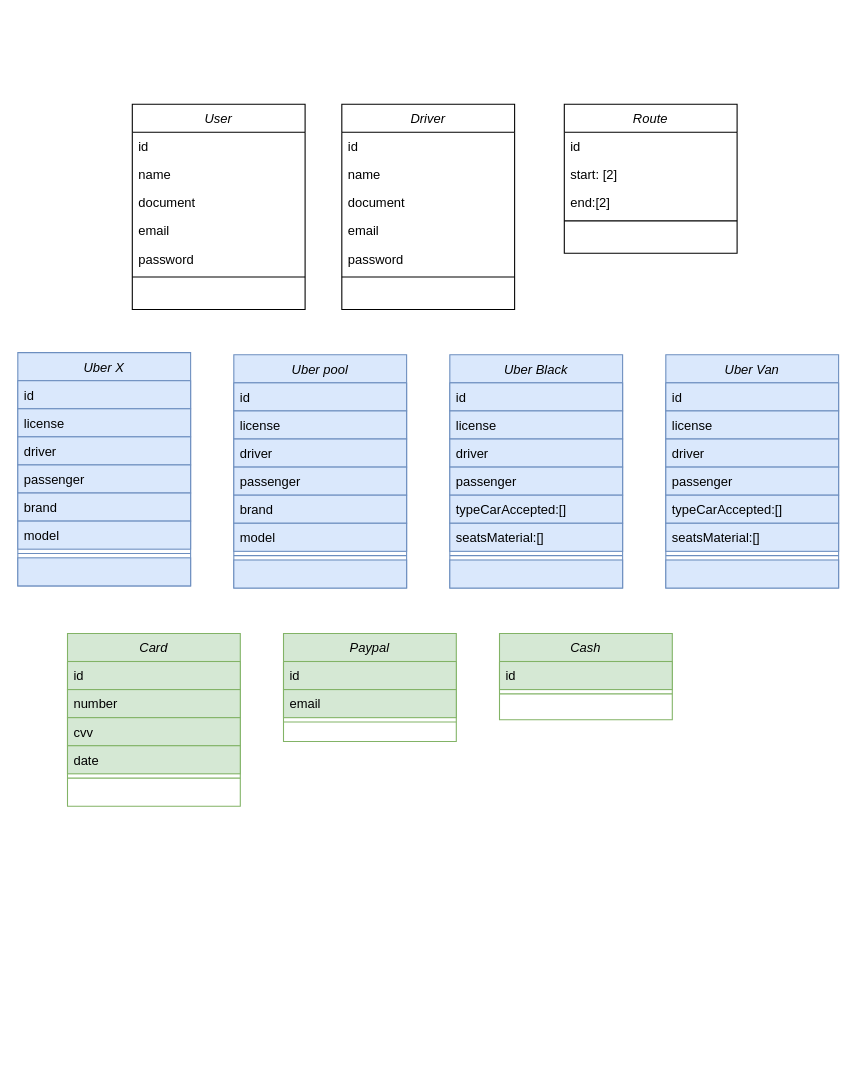
Before: Untitled Diagram.drawio in edufdev/POO, a draw.io diagram. Source tidied: cells renumbered, new cells numbered last; positions are measured from the earlier drawing's top-left corner, leaving out a move shared by most shapes. Both pictures are drawn from the tidied source at 108%, with x=0, y=0 at pixel (17, 104).
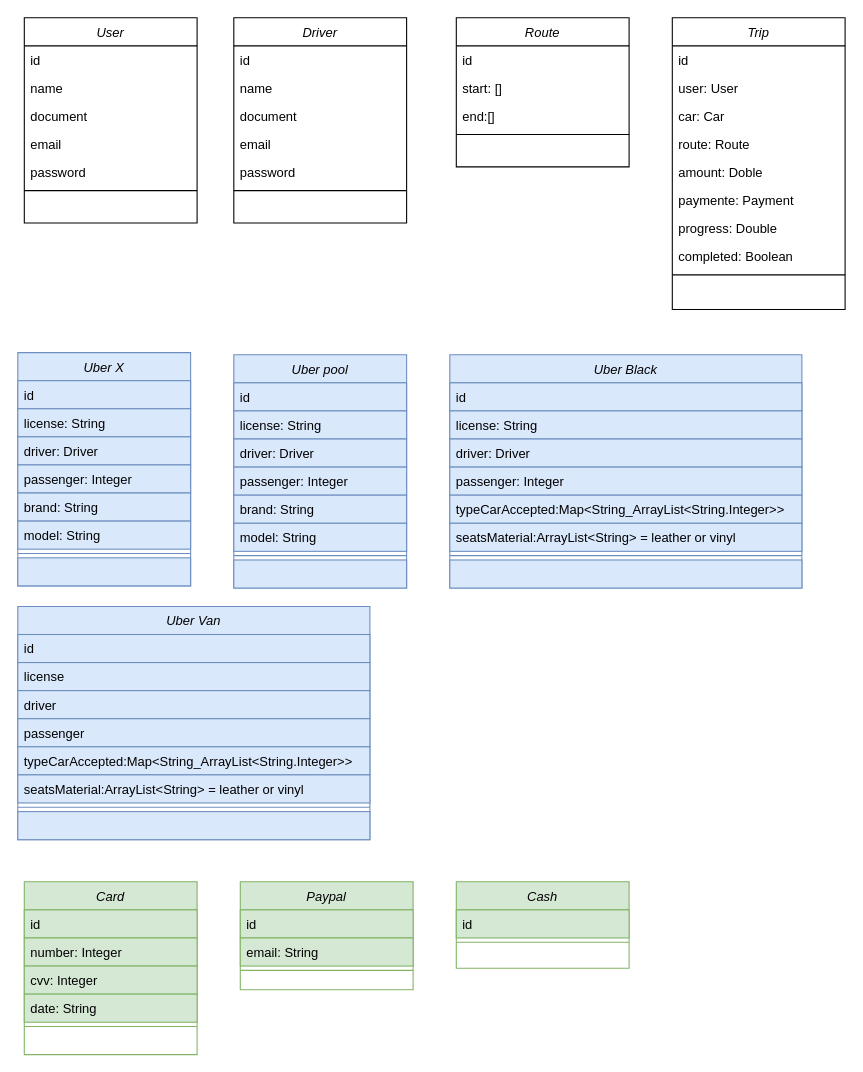
The same page after the edit.

Unchanged cells that the change refers to:
```xml
<mxCell id="30" value="Uber X" style="swimlane;fontStyle=2;align=center;verticalAlign=top;horizontal=1;startSize=26;rounded=0;shadow=0;strokeWidth=1;fillColor=#dae8fc;strokeColor=#6c8ebf;" parent="1" vertex="1">
  <mxGeometry y="230" width="160" height="216" as="geometry" />
</mxCell>
<mxCell id="39" value="Uber pool" style="swimlane;fontStyle=2;align=center;verticalAlign=top;horizontal=1;startSize=26;rounded=0;shadow=0;strokeWidth=1;fillColor=#dae8fc;strokeColor=#6c8ebf;" parent="1" vertex="1">
  <mxGeometry x="200" y="232" width="160" height="216" as="geometry" />
</mxCell>
```

What changed in the source:
```diff
@@
     <mxCell id="2" value="User" style="swimlane;fontStyle=2;align=center;verticalAlign=top;horizontal=1;startSize=26;rounded=0;shadow=0;strokeWidth=1;" parent="1" vertex="1">
-      <mxGeometry x="106" width="160" height="190" as="geometry" />
+      <mxGeometry x="6" y="-80" width="160" height="190" as="geometry" />
     </mxCell>
@@
     <mxCell id="9" value="Driver" style="swimlane;fontStyle=2;align=center;verticalAlign=top;horizontal=1;startSize=26;rounded=0;shadow=0;strokeWidth=1;" parent="1" vertex="1">
-      <mxGeometry x="300" width="160" height="190" as="geometry" />
+      <mxGeometry x="200" y="-80" width="160" height="190" as="geometry" />
     </mxCell>
@@
     <mxCell id="16" value="Route" style="swimlane;fontStyle=2;align=center;verticalAlign=top;horizontal=1;startSize=26;rounded=0;shadow=0;strokeWidth=1;" parent="1" vertex="1">
-      <mxGeometry x="506" width="160" height="138" as="geometry" />
+      <mxGeometry x="406" y="-80" width="160" height="138" as="geometry" />
     </mxCell>
@@
-    <mxCell id="18" value="start: [2]" style="text;align=left;verticalAlign=top;spacingLeft=4;spacingRight=4;overflow=hidden;rounded=0;shadow=0;html=0;" parent="16" vertex="1">
+    <mxCell id="18" value="start: []" style="text;align=left;verticalAlign=top;spacingLeft=4;spacingRight=4;overflow=hidden;rounded=0;shadow=0;html=0;" parent="16" vertex="1">
       <mxGeometry y="52" width="160" height="26" as="geometry" />
     </mxCell>
-    <mxCell id="19" value="end:[2]" style="text;align=left;verticalAlign=top;spacingLeft=4;spacingRight=4;overflow=hidden;rounded=0;shadow=0;html=0;" parent="16" vertex="1">
+    <mxCell id="19" value="end:[]" style="text;align=left;verticalAlign=top;spacingLeft=4;spacingRight=4;overflow=hidden;rounded=0;shadow=0;html=0;" parent="16" vertex="1">
       <mxGeometry y="78" width="160" height="26" as="geometry" />
     </mxCell>
@@
     <mxCell id="21" value="Uber Black" style="swimlane;fontStyle=2;align=center;verticalAlign=top;horizontal=1;startSize=26;rounded=0;shadow=0;strokeWidth=1;fillColor=#dae8fc;strokeColor=#6c8ebf;" parent="1" vertex="1">
-      <mxGeometry x="400" y="232" width="160" height="216" as="geometry" />
+      <mxGeometry x="400" y="232" width="326" height="216" as="geometry" />
     </mxCell>
     <mxCell id="22" value="id" style="text;align=left;verticalAlign=top;spacingLeft=4;spacingRight=4;overflow=hidden;fillColor=#dae8fc;strokeColor=#6c8ebf;" parent="21" vertex="1">
-      <mxGeometry y="26" width="160" height="26" as="geometry" />
+      <mxGeometry y="26" width="326" height="26" as="geometry" />
     </mxCell>
-    <mxCell id="23" value="license" style="text;align=left;verticalAlign=top;spacingLeft=4;spacingRight=4;overflow=hidden;rounded=0;shadow=0;html=0;fillColor=#dae8fc;strokeColor=#6c8ebf;" parent="21" vertex="1">
-      <mxGeometry y="52" width="160" height="26" as="geometry" />
+    <mxCell id="23" value="license: String" style="text;align=left;verticalAlign=top;spacingLeft=4;spacingRight=4;overflow=hidden;rounded=0;shadow=0;html=0;fillColor=#dae8fc;strokeColor=#6c8ebf;" parent="21" vertex="1">
+      <mxGeometry y="52" width="326" height="26" as="geometry" />
     </mxCell>
-    <mxCell id="24" value="driver" style="text;align=left;verticalAlign=top;spacingLeft=4;spacingRight=4;overflow=hidden;rounded=0;shadow=0;html=0;fillColor=#dae8fc;strokeColor=#6c8ebf;" parent="21" vertex="1">
-      <mxGeometry y="78" width="160" height="26" as="geometry" />
+    <mxCell id="24" value="driver: Driver" style="text;align=left;verticalAlign=top;spacingLeft=4;spacingRight=4;overflow=hidden;rounded=0;shadow=0;html=0;fillColor=#dae8fc;strokeColor=#6c8ebf;" parent="21" vertex="1">
+      <mxGeometry y="78" width="326" height="26" as="geometry" />
     </mxCell>
-    <mxCell id="25" value="passenger" style="text;align=left;verticalAlign=top;spacingLeft=4;spacingRight=4;overflow=hidden;rounded=0;shadow=0;html=0;fillColor=#dae8fc;strokeColor=#6c8ebf;" parent="21" vertex="1">
-      <mxGeometry y="104" width="160" height="26" as="geometry" />
+    <mxCell id="25" value="passenger: Integer" style="text;align=left;verticalAlign=top;spacingLeft=4;spacingRight=4;overflow=hidden;rounded=0;shadow=0;html=0;fillColor=#dae8fc;strokeColor=#6c8ebf;" parent="21" vertex="1">
+      <mxGeometry y="104" width="326" height="26" as="geometry" />
     </mxCell>
-    <mxCell id="26" value="typeCarAccepted:[]" style="text;align=left;verticalAlign=top;spacingLeft=4;spacingRight=4;overflow=hidden;rounded=0;shadow=0;html=0;fillColor=#dae8fc;strokeColor=#6c8ebf;" parent="21" vertex="1">
-      <mxGeometry y="130" width="160" height="26" as="geometry" />
+    <mxCell id="26" value="typeCarAccepted:Map&lt;String_ArrayList&lt;String.Integer&gt;&gt;" style="text;align=left;verticalAlign=top;spacingLeft=4;spacingRight=4;overflow=hidden;rounded=0;shadow=0;html=0;fillColor=#dae8fc;strokeColor=#6c8ebf;" parent="21" vertex="1">
+      <mxGeometry y="130" width="326" height="26" as="geometry" />
     </mxCell>
-    <mxCell id="27" value="seatsMaterial:[]" style="text;align=left;verticalAlign=top;spacingLeft=4;spacingRight=4;overflow=hidden;rounded=0;shadow=0;html=0;fillColor=#dae8fc;strokeColor=#6c8ebf;" parent="21" vertex="1">
-      <mxGeometry y="156" width="160" height="26" as="geometry" />
+    <mxCell id="27" value="seatsMaterial:ArrayList&lt;String&gt; = leather or vinyl" style="text;align=left;verticalAlign=top;spacingLeft=4;spacingRight=4;overflow=hidden;rounded=0;shadow=0;html=0;fillColor=#dae8fc;strokeColor=#6c8ebf;" parent="21" vertex="1">
+      <mxGeometry y="156" width="326" height="26" as="geometry" />
     </mxCell>
     <mxCell id="28" style="line;html=1;strokeWidth=1;align=left;verticalAlign=middle;spacingTop=-1;spacingLeft=3;spacingRight=3;labelPosition=right;fillColor=#dae8fc;strokeColor=#6c8ebf;" parent="21" vertex="1">
-      <mxGeometry y="182" width="160" height="8" as="geometry" />
+      <mxGeometry y="182" width="326" height="8" as="geometry" />
     </mxCell>
     <mxCell id="29" style="text;align=left;verticalAlign=top;spacingLeft=4;spacingRight=4;overflow=hidden;fillColor=#dae8fc;strokeColor=#6c8ebf;" parent="21" vertex="1">
-      <mxGeometry y="190" width="160" height="26" as="geometry" />
+      <mxGeometry y="190" width="326" height="26" as="geometry" />
     </mxCell>
@@
-    <mxCell id="32" value="license" style="text;align=left;verticalAlign=top;spacingLeft=4;spacingRight=4;overflow=hidden;rounded=0;shadow=0;html=0;fillColor=#dae8fc;strokeColor=#6c8ebf;" parent="30" vertex="1">
+    <mxCell id="32" value="license: String" style="text;align=left;verticalAlign=top;spacingLeft=4;spacingRight=4;overflow=hidden;rounded=0;shadow=0;html=0;fillColor=#dae8fc;strokeColor=#6c8ebf;" parent="30" vertex="1">
       <mxGeometry y="52" width="160" height="26" as="geometry" />
     </mxCell>
-    <mxCell id="33" value="driver" style="text;align=left;verticalAlign=top;spacingLeft=4;spacingRight=4;overflow=hidden;rounded=0;shadow=0;html=0;fillColor=#dae8fc;strokeColor=#6c8ebf;" parent="30" vertex="1">
+    <mxCell id="33" value="driver: Driver" style="text;align=left;verticalAlign=top;spacingLeft=4;spacingRight=4;overflow=hidden;rounded=0;shadow=0;html=0;fillColor=#dae8fc;strokeColor=#6c8ebf;" parent="30" vertex="1">
       <mxGeometry y="78" width="160" height="26" as="geometry" />
     </mxCell>
-    <mxCell id="34" value="passenger" style="text;align=left;verticalAlign=top;spacingLeft=4;spacingRight=4;overflow=hidden;rounded=0;shadow=0;html=0;fillColor=#dae8fc;strokeColor=#6c8ebf;" parent="30" vertex="1">
+    <mxCell id="34" value="passenger: Integer" style="text;align=left;verticalAlign=top;spacingLeft=4;spacingRight=4;overflow=hidden;rounded=0;shadow=0;html=0;fillColor=#dae8fc;strokeColor=#6c8ebf;" parent="30" vertex="1">
       <mxGeometry y="104" width="160" height="26" as="geometry" />
     </mxCell>
-    <mxCell id="35" value="brand" style="text;align=left;verticalAlign=top;spacingLeft=4;spacingRight=4;overflow=hidden;rounded=0;shadow=0;html=0;fillColor=#dae8fc;strokeColor=#6c8ebf;" parent="30" vertex="1">
+    <mxCell id="35" value="brand: String" style="text;align=left;verticalAlign=top;spacingLeft=4;spacingRight=4;overflow=hidden;rounded=0;shadow=0;html=0;fillColor=#dae8fc;strokeColor=#6c8ebf;" parent="30" vertex="1">
       <mxGeometry y="130" width="160" height="26" as="geometry" />
     </mxCell>
-    <mxCell id="36" value="model" style="text;align=left;verticalAlign=top;spacingLeft=4;spacingRight=4;overflow=hidden;rounded=0;shadow=0;html=0;fillColor=#dae8fc;strokeColor=#6c8ebf;" parent="30" vertex="1">
+    <mxCell id="36" value="model: String" style="text;align=left;verticalAlign=top;spacingLeft=4;spacingRight=4;overflow=hidden;rounded=0;shadow=0;html=0;fillColor=#dae8fc;strokeColor=#6c8ebf;" parent="30" vertex="1">
       <mxGeometry y="156" width="160" height="26" as="geometry" />
     </mxCell>
@@
-    <mxCell id="41" value="license" style="text;align=left;verticalAlign=top;spacingLeft=4;spacingRight=4;overflow=hidden;rounded=0;shadow=0;html=0;fillColor=#dae8fc;strokeColor=#6c8ebf;" parent="39" vertex="1">
+    <mxCell id="41" value="license: String" style="text;align=left;verticalAlign=top;spacingLeft=4;spacingRight=4;overflow=hidden;rounded=0;shadow=0;html=0;fillColor=#dae8fc;strokeColor=#6c8ebf;" parent="39" vertex="1">
       <mxGeometry y="52" width="160" height="26" as="geometry" />
     </mxCell>
-    <mxCell id="42" value="driver" style="text;align=left;verticalAlign=top;spacingLeft=4;spacingRight=4;overflow=hidden;rounded=0;shadow=0;html=0;fillColor=#dae8fc;strokeColor=#6c8ebf;" parent="39" vertex="1">
+    <mxCell id="42" value="driver: Driver" style="text;align=left;verticalAlign=top;spacingLeft=4;spacingRight=4;overflow=hidden;rounded=0;shadow=0;html=0;fillColor=#dae8fc;strokeColor=#6c8ebf;" parent="39" vertex="1">
       <mxGeometry y="78" width="160" height="26" as="geometry" />
     </mxCell>
-    <mxCell id="43" value="passenger" style="text;align=left;verticalAlign=top;spacingLeft=4;spacingRight=4;overflow=hidden;rounded=0;shadow=0;html=0;fillColor=#dae8fc;strokeColor=#6c8ebf;" parent="39" vertex="1">
+    <mxCell id="43" value="passenger: Integer" style="text;align=left;verticalAlign=top;spacingLeft=4;spacingRight=4;overflow=hidden;rounded=0;shadow=0;html=0;fillColor=#dae8fc;strokeColor=#6c8ebf;" parent="39" vertex="1">
       <mxGeometry y="104" width="160" height="26" as="geometry" />
     </mxCell>
-    <mxCell id="44" value="brand" style="text;align=left;verticalAlign=top;spacingLeft=4;spacingRight=4;overflow=hidden;rounded=0;shadow=0;html=0;fillColor=#dae8fc;strokeColor=#6c8ebf;" parent="39" vertex="1">
+    <mxCell id="44" value="brand: String" style="text;align=left;verticalAlign=top;spacingLeft=4;spacingRight=4;overflow=hidden;rounded=0;shadow=0;html=0;fillColor=#dae8fc;strokeColor=#6c8ebf;" parent="39" vertex="1">
       <mxGeometry y="130" width="160" height="26" as="geometry" />
     </mxCell>
-    <mxCell id="45" value="model" style="text;align=left;verticalAlign=top;spacingLeft=4;spacingRight=4;overflow=hidden;rounded=0;shadow=0;html=0;fillColor=#dae8fc;strokeColor=#6c8ebf;" parent="39" vertex="1">
+    <mxCell id="45" value="model: String" style="text;align=left;verticalAlign=top;spacingLeft=4;spacingRight=4;overflow=hidden;rounded=0;shadow=0;html=0;fillColor=#dae8fc;strokeColor=#6c8ebf;" parent="39" vertex="1">
       <mxGeometry y="156" width="160" height="26" as="geometry" />
     </mxCell>
@@
     <mxCell id="48" value="Uber Van" style="swimlane;fontStyle=2;align=center;verticalAlign=top;horizontal=1;startSize=26;rounded=0;shadow=0;strokeWidth=1;fillColor=#dae8fc;strokeColor=#6c8ebf;" parent="1" vertex="1">
-      <mxGeometry x="600" y="232" width="160" height="216" as="geometry" />
+      <mxGeometry y="465" width="326" height="216" as="geometry" />
     </mxCell>
     <mxCell id="49" value="id" style="text;align=left;verticalAlign=top;spacingLeft=4;spacingRight=4;overflow=hidden;fillColor=#dae8fc;strokeColor=#6c8ebf;" parent="48" vertex="1">
-      <mxGeometry y="26" width="160" height="26" as="geometry" />
+      <mxGeometry y="26" width="326" height="26" as="geometry" />
     </mxCell>
     <mxCell id="50" value="license" style="text;align=left;verticalAlign=top;spacingLeft=4;spacingRight=4;overflow=hidden;rounded=0;shadow=0;html=0;fillColor=#dae8fc;strokeColor=#6c8ebf;" parent="48" vertex="1">
-      <mxGeometry y="52" width="160" height="26" as="geometry" />
+      <mxGeometry y="52" width="326" height="26" as="geometry" />
     </mxCell>
     <mxCell id="51" value="driver" style="text;align=left;verticalAlign=top;spacingLeft=4;spacingRight=4;overflow=hidden;rounded=0;shadow=0;html=0;fillColor=#dae8fc;strokeColor=#6c8ebf;" parent="48" vertex="1">
-      <mxGeometry y="78" width="160" height="26" as="geometry" />
+      <mxGeometry y="78" width="326" height="26" as="geometry" />
     </mxCell>
     <mxCell id="52" value="passenger" style="text;align=left;verticalAlign=top;spacingLeft=4;spacingRight=4;overflow=hidden;rounded=0;shadow=0;html=0;fillColor=#dae8fc;strokeColor=#6c8ebf;" parent="48" vertex="1">
-      <mxGeometry y="104" width="160" height="26" as="geometry" />
+      <mxGeometry y="104" width="326" height="26" as="geometry" />
     </mxCell>
-    <mxCell id="53" value="typeCarAccepted:[]" style="text;align=left;verticalAlign=top;spacingLeft=4;spacingRight=4;overflow=hidden;rounded=0;shadow=0;html=0;fillColor=#dae8fc;strokeColor=#6c8ebf;" parent="48" vertex="1">
-      <mxGeometry y="130" width="160" height="26" as="geometry" />
+    <mxCell id="53" value="typeCarAccepted:Map&lt;String_ArrayList&lt;String.Integer&gt;&gt;" style="text;align=left;verticalAlign=top;spacingLeft=4;spacingRight=4;overflow=hidden;rounded=0;shadow=0;html=0;fillColor=#dae8fc;strokeColor=#6c8ebf;" parent="48" vertex="1">
+      <mxGeometry y="130" width="326" height="26" as="geometry" />
     </mxCell>
-    <mxCell id="54" value="seatsMaterial:[]" style="text;align=left;verticalAlign=top;spacingLeft=4;spacingRight=4;overflow=hidden;rounded=0;shadow=0;html=0;fillColor=#dae8fc;strokeColor=#6c8ebf;" parent="48" vertex="1">
-      <mxGeometry y="156" width="160" height="26" as="geometry" />
+    <mxCell id="54" value="seatsMaterial:ArrayList&lt;String&gt; = leather or vinyl" style="text;align=left;verticalAlign=top;spacingLeft=4;spacingRight=4;overflow=hidden;rounded=0;shadow=0;html=0;fillColor=#dae8fc;strokeColor=#6c8ebf;" parent="48" vertex="1">
+      <mxGeometry y="156" width="326" height="26" as="geometry" />
     </mxCell>
     <mxCell id="55" style="line;html=1;strokeWidth=1;align=left;verticalAlign=middle;spacingTop=-1;spacingLeft=3;spacingRight=3;labelPosition=right;fillColor=#dae8fc;strokeColor=#6c8ebf;" parent="48" vertex="1">
-      <mxGeometry y="182" width="160" height="8" as="geometry" />
+      <mxGeometry y="182" width="326" height="8" as="geometry" />
     </mxCell>
     <mxCell id="56" style="text;align=left;verticalAlign=top;spacingLeft=4;spacingRight=4;overflow=hidden;fillColor=#dae8fc;strokeColor=#6c8ebf;" parent="48" vertex="1">
-      <mxGeometry y="190" width="160" height="26" as="geometry" />
+      <mxGeometry y="190" width="326" height="26" as="geometry" />
     </mxCell>
     <mxCell id="57" value="Card" style="swimlane;fontStyle=2;align=center;verticalAlign=top;horizontal=1;startSize=26;rounded=0;shadow=0;strokeWidth=1;fillColor=#d5e8d4;strokeColor=#82b366;" parent="1" vertex="1">
-      <mxGeometry x="46" y="490" width="160" height="160" as="geometry" />
+      <mxGeometry x="6" y="720" width="160" height="160" as="geometry" />
     </mxCell>
@@
-    <mxCell id="59" value="number" style="text;align=left;verticalAlign=top;spacingLeft=4;spacingRight=4;overflow=hidden;rounded=0;shadow=0;html=0;fillColor=#d5e8d4;strokeColor=#82b366;" parent="57" vertex="1">
+    <mxCell id="59" value="number: Integer" style="text;align=left;verticalAlign=top;spacingLeft=4;spacingRight=4;overflow=hidden;rounded=0;shadow=0;html=0;fillColor=#d5e8d4;strokeColor=#82b366;" parent="57" vertex="1">
       <mxGeometry y="52" width="160" height="26" as="geometry" />
     </mxCell>
-    <mxCell id="60" value="cvv" style="text;align=left;verticalAlign=top;spacingLeft=4;spacingRight=4;overflow=hidden;rounded=0;shadow=0;html=0;fillColor=#d5e8d4;strokeColor=#82b366;" parent="57" vertex="1">
+    <mxCell id="60" value="cvv: Integer" style="text;align=left;verticalAlign=top;spacingLeft=4;spacingRight=4;overflow=hidden;rounded=0;shadow=0;html=0;fillColor=#d5e8d4;strokeColor=#82b366;" parent="57" vertex="1">
       <mxGeometry y="78" width="160" height="26" as="geometry" />
     </mxCell>
-    <mxCell id="61" value="date" style="text;strokeColor=#82b366;fillColor=#d5e8d4;align=left;verticalAlign=top;spacingLeft=4;spacingRight=4;overflow=hidden;" parent="57" vertex="1">
+    <mxCell id="61" value="date: String" style="text;strokeColor=#82b366;fillColor=#d5e8d4;align=left;verticalAlign=top;spacingLeft=4;spacingRight=4;overflow=hidden;" parent="57" vertex="1">
       <mxGeometry y="104" width="160" height="26" as="geometry" />
     </mxCell>
@@
     <mxCell id="63" value="Paypal" style="swimlane;fontStyle=2;align=center;verticalAlign=top;horizontal=1;startSize=26;rounded=0;shadow=0;strokeWidth=1;fillColor=#d5e8d4;strokeColor=#82b366;" parent="1" vertex="1">
-      <mxGeometry x="246" y="490" width="160" height="100" as="geometry" />
+      <mxGeometry x="206" y="720" width="160" height="100" as="geometry" />
     </mxCell>
@@
-    <mxCell id="65" value="email" style="text;align=left;verticalAlign=top;spacingLeft=4;spacingRight=4;overflow=hidden;rounded=0;shadow=0;html=0;fillColor=#d5e8d4;strokeColor=#82b366;" parent="63" vertex="1">
+    <mxCell id="65" value="email: String" style="text;align=left;verticalAlign=top;spacingLeft=4;spacingRight=4;overflow=hidden;rounded=0;shadow=0;html=0;fillColor=#d5e8d4;strokeColor=#82b366;" parent="63" vertex="1">
       <mxGeometry y="52" width="160" height="26" as="geometry" />
     </mxCell>
@@
     <mxCell id="67" value="Cash" style="swimlane;fontStyle=2;align=center;verticalAlign=top;horizontal=1;startSize=26;rounded=0;shadow=0;strokeWidth=1;fillColor=#d5e8d4;strokeColor=#82b366;" parent="1" vertex="1">
-      <mxGeometry x="446" y="490" width="160" height="80" as="geometry" />
+      <mxGeometry x="406" y="720" width="160" height="80" as="geometry" />
     </mxCell>
@@
+    <mxCell id="70" value="Trip" style="swimlane;fontStyle=2;align=center;verticalAlign=top;horizontal=1;startSize=26;rounded=0;shadow=0;strokeWidth=1;" parent="1" vertex="1">
+      <mxGeometry x="606" y="-80" width="160" height="270" as="geometry" />
+    </mxCell>
+    <mxCell id="71" value="id" style="text;align=left;verticalAlign=top;spacingLeft=4;spacingRight=4;overflow=hidden;" parent="70" vertex="1">
+      <mxGeometry y="26" width="160" height="26" as="geometry" />
+    </mxCell>
+    <mxCell id="72" value="user: User" style="text;align=left;verticalAlign=top;spacingLeft=4;spacingRight=4;overflow=hidden;rounded=0;shadow=0;html=0;" parent="70" vertex="1">
+      <mxGeometry y="52" width="160" height="26" as="geometry" />
+    </mxCell>
+    <mxCell id="73" value="car: Car" style="text;align=left;verticalAlign=top;spacingLeft=4;spacingRight=4;overflow=hidden;rounded=0;shadow=0;html=0;" parent="70" vertex="1">
+      <mxGeometry y="78" width="160" height="26" as="geometry" />
+    </mxCell>
+    <mxCell id="74" value="route: Route" style="text;align=left;verticalAlign=top;spacingLeft=4;spacingRight=4;overflow=hidden;rounded=0;shadow=0;html=0;" parent="70" vertex="1">
+      <mxGeometry y="104" width="160" height="26" as="geometry" />
+    </mxCell>
+    <mxCell id="75" value="amount: Doble" style="text;align=left;verticalAlign=top;spacingLeft=4;spacingRight=4;overflow=hidden;rounded=0;shadow=0;html=0;" parent="70" vertex="1">
+      <mxGeometry y="130" width="160" height="26" as="geometry" />
+    </mxCell>
+    <mxCell id="76" value="paymente: Payment" style="text;align=left;verticalAlign=top;spacingLeft=4;spacingRight=4;overflow=hidden;rounded=0;shadow=0;html=0;" parent="70" vertex="1">
+      <mxGeometry y="156" width="160" height="26" as="geometry" />
+    </mxCell>
+    <mxCell id="77" value="progress: Double" style="text;align=left;verticalAlign=top;spacingLeft=4;spacingRight=4;overflow=hidden;rounded=0;shadow=0;html=0;" parent="70" vertex="1">
+      <mxGeometry y="182" width="160" height="26" as="geometry" />
+    </mxCell>
+    <mxCell id="78" value="completed: Boolean" style="text;align=left;verticalAlign=top;spacingLeft=4;spacingRight=4;overflow=hidden;rounded=0;shadow=0;html=0;" parent="70" vertex="1">
+      <mxGeometry y="208" width="160" height="26" as="geometry" />
+    </mxCell>
+    <mxCell id="79" style="line;html=1;strokeWidth=1;align=left;verticalAlign=middle;spacingTop=-1;spacingLeft=3;spacingRight=3;labelPosition=right;" parent="70" vertex="1">
+      <mxGeometry y="234" width="160" height="8" as="geometry" />
+    </mxCell>
```
